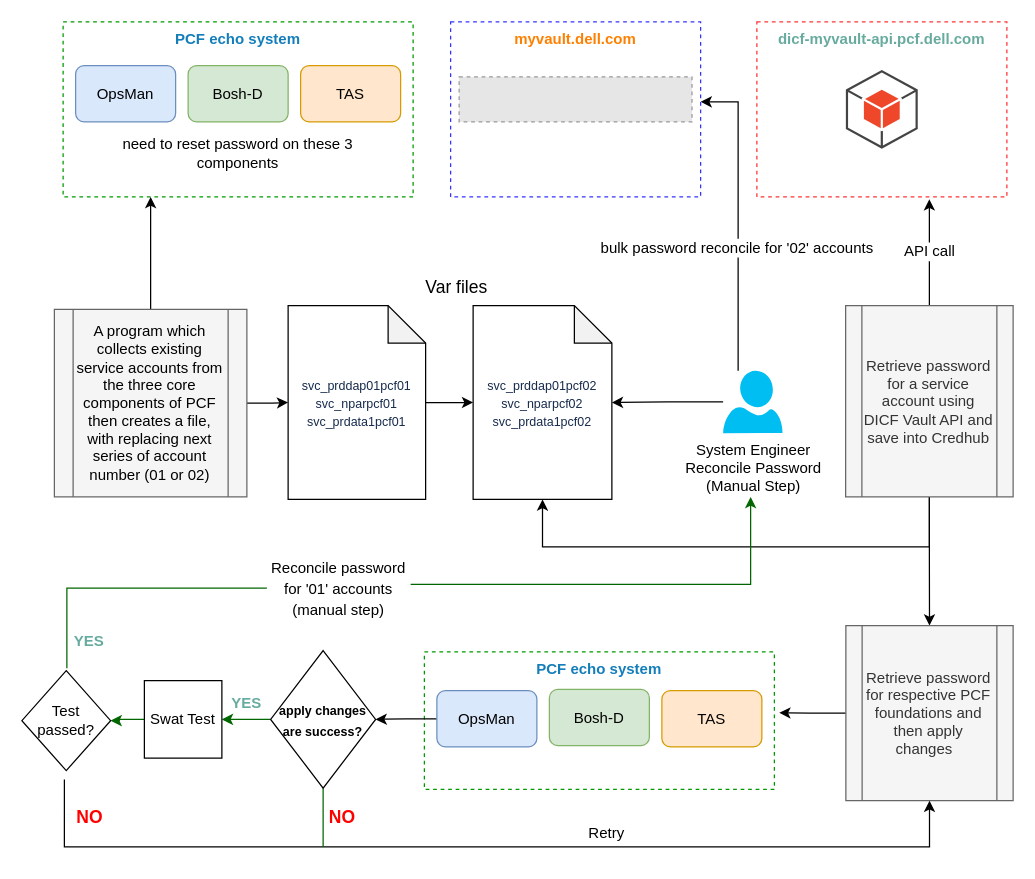
rama78/drawio keeps this draw.io diagram as Untitled Diagram.drawio. Above is the earlier version. Source tidied: cells renumbered, new cells numbered last; positions are measured from the earlier drawing's top-left corner, leaving out a move shared by most shapes. Both pictures are drawn from the tidied source at 125%, with x=0, y=0 at pixel (21, 21). Pictures stored in the file or linked from it are replaced by grey dashed boxes.
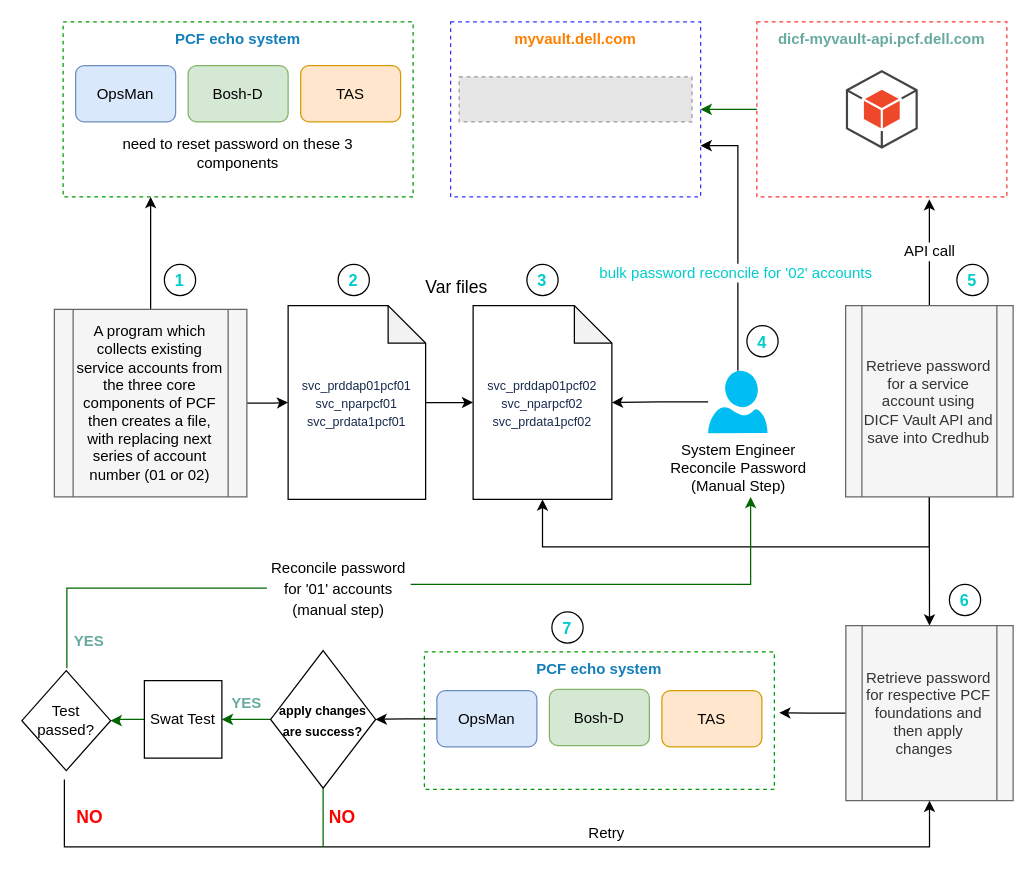
Above is the later version.

Unchanged cells that the change refers to:
```xml
<mxCell id="6" value="myvault.dell.com" style="fillColor=none;strokeColor=#3333FF;dashed=1;verticalAlign=top;fontStyle=1;fontColor=#FF8000;" parent="1" vertex="1">
  <mxGeometry x="343" width="200" height="140" as="geometry" />
</mxCell>
<mxCell id="8" value="dicf-myvault-api.pcf.dell.com" style="fillColor=none;strokeColor=#FF3333;dashed=1;verticalAlign=top;fontStyle=1;fontColor=#67AB9F;" parent="1" vertex="1">
  <mxGeometry x="588" width="200" height="140" as="geometry" />
</mxCell>
```

Change to the diagram source:
```diff
@@
+    <mxCell id="48" style="edgeStyle=orthogonalEdgeStyle;rounded=0;jettySize=auto;html=1;fontSize=13;fontColor=#00CCCC;endArrow=classic;endFill=1;strokeColor=#006600;" parent="1" edge="1" source="8">
+      <mxGeometry relative="1" as="geometry">
+        <mxPoint x="543" y="70" as="targetPoint" />
+      </mxGeometry>
+    </mxCell>
@@
-    <mxCell id="18" style="edgeStyle=orthogonalEdgeStyle;rounded=0;jettySize=auto;html=1;entryX=1;entryY=0.457;entryDx=0;entryDy=0;entryPerimeter=0;fontSize=10;fontColor=#000000;" parent="1" edge="1" source="20" target="6">
+    <mxCell id="18" style="edgeStyle=orthogonalEdgeStyle;rounded=0;jettySize=auto;html=1;fontSize=10;fontColor=#000000;" parent="1" edge="1" source="20" target="6">
       <mxGeometry relative="1" as="geometry">
         <Array as="points">
-          <mxPoint x="573" y="275" />
-          <mxPoint x="573" y="64" />
+          <mxPoint x="573" y="99" />
         </Array>
       </mxGeometry>
     </mxCell>
-    <mxCell id="19" value="bulk password reconcile for '02' accounts" style="edgeLabel;html=1;align=center;verticalAlign=middle;fontSize=12;fontColor=#000000;" parent="18" vertex="1">
+    <mxCell id="19" value="bulk password reconcile for '02' accounts" style="edgeLabel;html=1;align=center;verticalAlign=middle;fontSize=12;fontColor=#00CCCC;" parent="18" vertex="1">
       <mxGeometry x="0.1" y="2" relative="1" as="geometry">
         <mxPoint y="36" as="offset" />
       </mxGeometry>
     </mxCell>
     <mxCell id="20" value="&lt;font style=&quot;font-size: 12px&quot;&gt;System Engineer &lt;br&gt;Reconcile Password&lt;br&gt;(Manual Step)&lt;/font&gt;" style="verticalLabelPosition=bottom;html=1;verticalAlign=top;align=center;strokeColor=none;fillColor=#00BEF2;shape=mxgraph.azure.user;fontSize=10;fontColor=#000000;" parent="1" vertex="1">
-      <mxGeometry x="561" y="279" width="47.5" height="50" as="geometry" />
+      <mxGeometry x="549" y="279" width="47.5" height="50" as="geometry" />
     </mxCell>
@@
+    <mxCell id="49" value="&lt;font color=&quot;#00cccc&quot; size=&quot;1&quot;&gt;&lt;b style=&quot;font-size: 13px&quot;&gt;7&lt;/b&gt;&lt;/font&gt;" style="ellipse;whiteSpace=wrap;html=1;fontSize=12;fontColor=#67AB9F;strokeColor=#000000;" parent="1" vertex="1">
+      <mxGeometry x="424" y="472" width="25" height="25" as="geometry" />
+    </mxCell>
+    <mxCell id="50" value="&lt;font color=&quot;#00cccc&quot; size=&quot;1&quot;&gt;&lt;b style=&quot;font-size: 13px&quot;&gt;1&lt;/b&gt;&lt;/font&gt;" style="ellipse;whiteSpace=wrap;html=1;fontSize=12;fontColor=#67AB9F;strokeColor=#000000;" parent="1" vertex="1">
+      <mxGeometry x="114" y="194" width="25" height="25" as="geometry" />
+    </mxCell>
+    <mxCell id="51" value="&lt;font color=&quot;#00cccc&quot; size=&quot;1&quot;&gt;&lt;b style=&quot;font-size: 13px&quot;&gt;2&lt;/b&gt;&lt;/font&gt;" style="ellipse;whiteSpace=wrap;html=1;fontSize=12;fontColor=#67AB9F;strokeColor=#000000;" parent="1" vertex="1">
+      <mxGeometry x="253" y="194" width="25" height="25" as="geometry" />
+    </mxCell>
+    <mxCell id="52" value="&lt;font color=&quot;#00cccc&quot; size=&quot;1&quot;&gt;&lt;b style=&quot;font-size: 13px&quot;&gt;3&lt;/b&gt;&lt;/font&gt;" style="ellipse;whiteSpace=wrap;html=1;fontSize=12;fontColor=#67AB9F;strokeColor=#000000;" parent="1" vertex="1">
+      <mxGeometry x="404" y="194" width="25" height="25" as="geometry" />
+    </mxCell>
+    <mxCell id="53" value="&lt;font color=&quot;#00cccc&quot; size=&quot;1&quot;&gt;&lt;b style=&quot;font-size: 13px&quot;&gt;4&lt;/b&gt;&lt;/font&gt;" style="ellipse;whiteSpace=wrap;html=1;fontSize=12;fontColor=#67AB9F;strokeColor=#000000;" parent="1" vertex="1">
+      <mxGeometry x="580" y="243" width="25" height="25" as="geometry" />
+    </mxCell>
+    <mxCell id="54" value="&lt;font color=&quot;#00cccc&quot; size=&quot;1&quot;&gt;&lt;b style=&quot;font-size: 13px&quot;&gt;5&lt;/b&gt;&lt;/font&gt;" style="ellipse;whiteSpace=wrap;html=1;fontSize=12;fontColor=#67AB9F;strokeColor=#000000;" parent="1" vertex="1">
+      <mxGeometry x="748" y="194" width="25" height="25" as="geometry" />
+    </mxCell>
+    <mxCell id="55" value="&lt;font color=&quot;#00cccc&quot; size=&quot;1&quot;&gt;&lt;b style=&quot;font-size: 13px&quot;&gt;6&lt;/b&gt;&lt;/font&gt;" style="ellipse;whiteSpace=wrap;html=1;fontSize=12;fontColor=#67AB9F;strokeColor=#000000;" parent="1" vertex="1">
+      <mxGeometry x="742" y="450" width="25" height="25" as="geometry" />
+    </mxCell>
```
